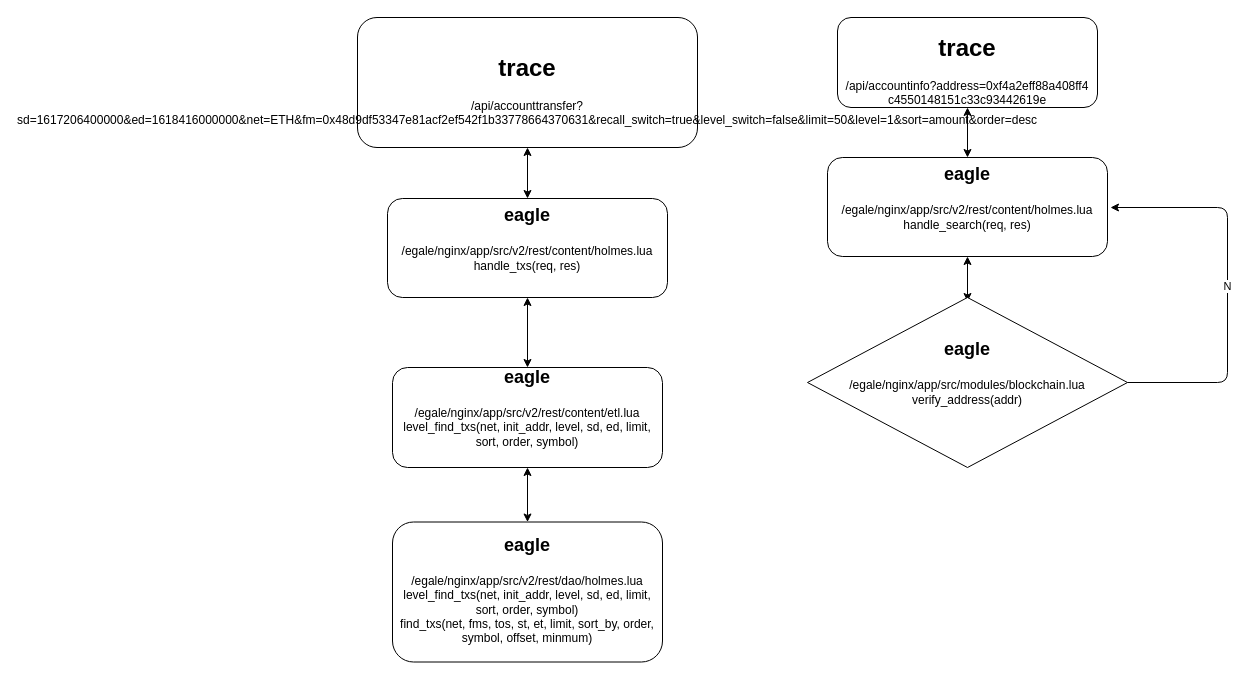
cxinping/bigdata keeps this draw.io diagram as bigdata-study/Untitled Diagram.drawio. Above is the earlier version. Source tidied: cells renumbered, new cells numbered last; positions are measured from the earlier drawing's top-left corner, leaving out a move shared by most shapes. Both pictures are drawn from the tidied source at 100%, with x=0, y=0 at pixel (357, 17).
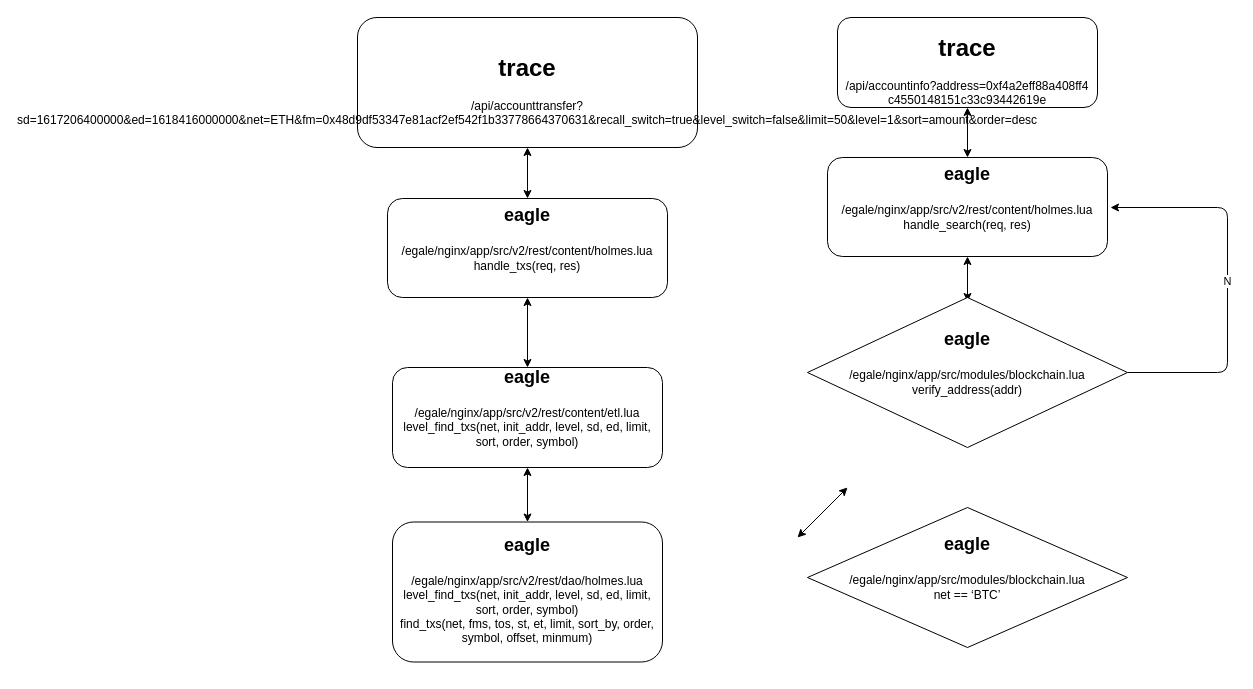
The same page after the edit.

Diff of the diagram source:
```diff
@@
     <mxCell id="13" value="&lt;h1&gt;&lt;font style=&quot;font-size: 18px&quot;&gt;eagle&lt;/font&gt;&lt;/h1&gt;&lt;p&gt;/egale/nginx/app/src/modules/blockchain.lua&lt;br&gt;verify_address(addr)&lt;br&gt;&lt;br&gt;&lt;br&gt;&lt;/p&gt;" style="rhombus;whiteSpace=wrap;html=1;" parent="1" vertex="1">
-      <mxGeometry x="450" y="280" width="320" height="170" as="geometry" />
+      <mxGeometry x="450" y="280" width="320" height="150" as="geometry" />
     </mxCell>
@@
     <mxCell id="15" value="N" style="endArrow=classic;html=1;exitX=1;exitY=0.5;exitDx=0;exitDy=0;" parent="1" edge="1" source="13">
       <mxGeometry relative="1" as="geometry">
         <mxPoint x="753" y="190" as="targetPoint" />
         <Array as="points">
-          <mxPoint x="870" y="365" />
+          <mxPoint x="870" y="355" />
           <mxPoint x="870" y="190" />
         </Array>
       </mxGeometry>
     </mxCell>
+    <mxCell id="16" value="&lt;h1&gt;&lt;font style=&quot;font-size: 18px&quot;&gt;eagle&lt;/font&gt;&lt;/h1&gt;&lt;p&gt;/egale/nginx/app/src/modules/blockchain.lua&lt;br&gt;net == ‘BTC’&lt;br&gt;&lt;br&gt;&lt;br&gt;&lt;/p&gt;" style="rhombus;whiteSpace=wrap;html=1;" parent="1" vertex="1">
+      <mxGeometry x="450" y="490" width="320" height="140" as="geometry" />
+    </mxCell>
+    <mxCell id="17" style="endArrow=classic;startArrow=classic;html=1;" parent="1" edge="1">
+      <mxGeometry relative="1" as="geometry">
+        <mxPoint x="440" y="520" as="sourcePoint" />
+        <mxPoint x="490" y="470" as="targetPoint" />
+      </mxGeometry>
+    </mxCell>
```
